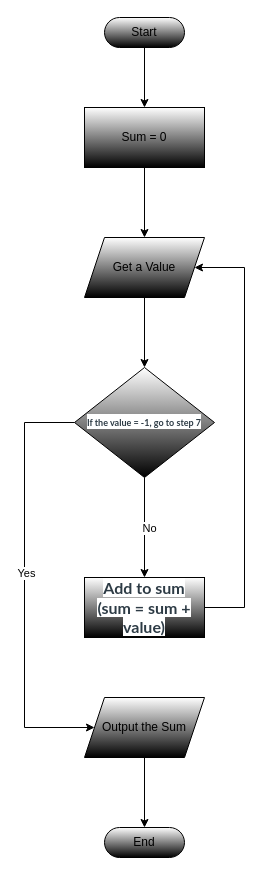
AlexanderSanJose/DSA-CpE-010-CpE-21S4 keeps this draw.io diagram as Problem 2.drawio. Above is the earlier version. Source tidied: cells renumbered, new cells numbered last; positions are measured from the earlier drawing's top-left corner, leaving out a move shared by most shapes. Both pictures are drawn from the tidied source at 100%, with x=0, y=0 at pixel (24, 17).
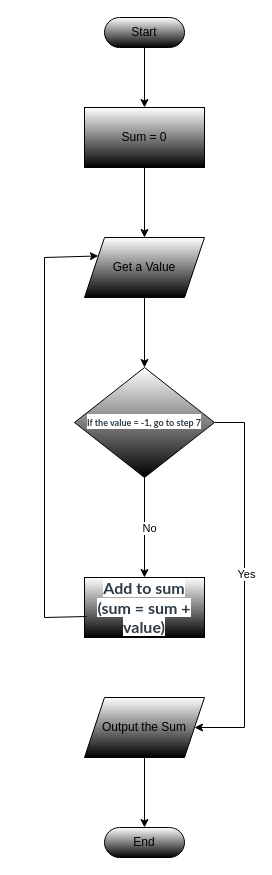
The same diagram, later.

Unchanged cells that the change refers to:
```xml
<mxCell id="5" value="Get a Value" style="shape=parallelogram;perimeter=parallelogramPerimeter;whiteSpace=wrap;html=1;fixedSize=1;gradientColor=default;" parent="1" vertex="1">
  <mxGeometry x="60" y="220" width="120" height="60" as="geometry" />
</mxCell>
<mxCell id="6" value="&lt;p style=&quot;line-height: 120%;&quot;&gt;&lt;span style=&quot;color: rgb(45, 59, 69); font-family: &amp;quot;Lato Extended&amp;quot;, Lato, &amp;quot;Helvetica Neue&amp;quot;, Helvetica, Arial, sans-serif; background-color: rgb(255, 255, 255);&quot;&gt;&lt;font size=&quot;1&quot; style=&quot;&quot;&gt;&lt;b style=&quot;font-size: 9px;&quot;&gt;If the value = -1, go to step 7&lt;/b&gt;&lt;/font&gt;&lt;/span&gt;&lt;/p&gt;" style="rhombus;whiteSpace=wrap;html=1;gradientColor=default;align=center;" parent="1" vertex="1">
  <mxGeometry x="50" y="350" width="140" height="110" as="geometry" />
</mxCell>
<mxCell id="10" value="&lt;span style=&quot;color: rgb(45, 59, 69); font-family: &amp;quot;Lato Extended&amp;quot;, Lato, &amp;quot;Helvetica Neue&amp;quot;, Helvetica, Arial, sans-serif; font-size: 16px; text-align: start; background-color: rgb(255, 255, 255);&quot;&gt;&lt;b style=&quot;&quot;&gt;Add to sum (sum = sum + value)&lt;/b&gt;&lt;/span&gt;" style="rounded=0;whiteSpace=wrap;html=1;gradientColor=default;" parent="1" vertex="1">
  <mxGeometry x="60" y="560" width="120" height="60" as="geometry" />
</mxCell>
<mxCell id="11" value="Output the Sum" style="shape=parallelogram;perimeter=parallelogramPerimeter;whiteSpace=wrap;html=1;fixedSize=1;gradientColor=default;" parent="1" vertex="1">
  <mxGeometry x="60" y="680" width="120" height="60" as="geometry" />
</mxCell>
```

What changed in the source:
```diff
@@
-    <mxCell id="15" style="endArrow=classic;html=1;rounded=0;exitX=0;exitY=0.5;exitDx=0;exitDy=0;entryX=0;entryY=0.5;entryDx=0;entryDy=0;" parent="1" edge="1" source="6" target="11">
+    <mxCell id="15" style="endArrow=classic;html=1;rounded=0;exitX=1;exitY=0.5;exitDx=0;exitDy=0;" parent="1" edge="1" source="6">
       <mxGeometry relative="1" as="geometry">
+        <mxPoint x="170" y="710" as="targetPoint" />
         <Array as="points">
-          <mxPoint y="405" />
-          <mxPoint y="710" />
+          <mxPoint x="220" y="405" />
+          <mxPoint x="220" y="710" />
         </Array>
       </mxGeometry>
     </mxCell>
@@
-    <mxCell id="17" style="endArrow=classic;html=1;rounded=0;exitX=1;exitY=0.5;exitDx=0;exitDy=0;entryX=1;entryY=0.5;entryDx=0;entryDy=0;" parent="1" edge="1" source="10" target="5">
+    <mxCell id="17" style="endArrow=classic;html=1;rounded=0;exitX=0.017;exitY=0.65;exitDx=0;exitDy=0;entryX=0;entryY=0.25;entryDx=0;entryDy=0;exitPerimeter=0;" parent="1" edge="1" source="10" target="5">
       <mxGeometry relative="1" as="geometry">
         <Array as="points">
-          <mxPoint x="220" y="590" />
-          <mxPoint x="220" y="250" />
+          <mxPoint x="20" y="600" />
+          <mxPoint x="20" y="240" />
         </Array>
       </mxGeometry>
     </mxCell>
```
